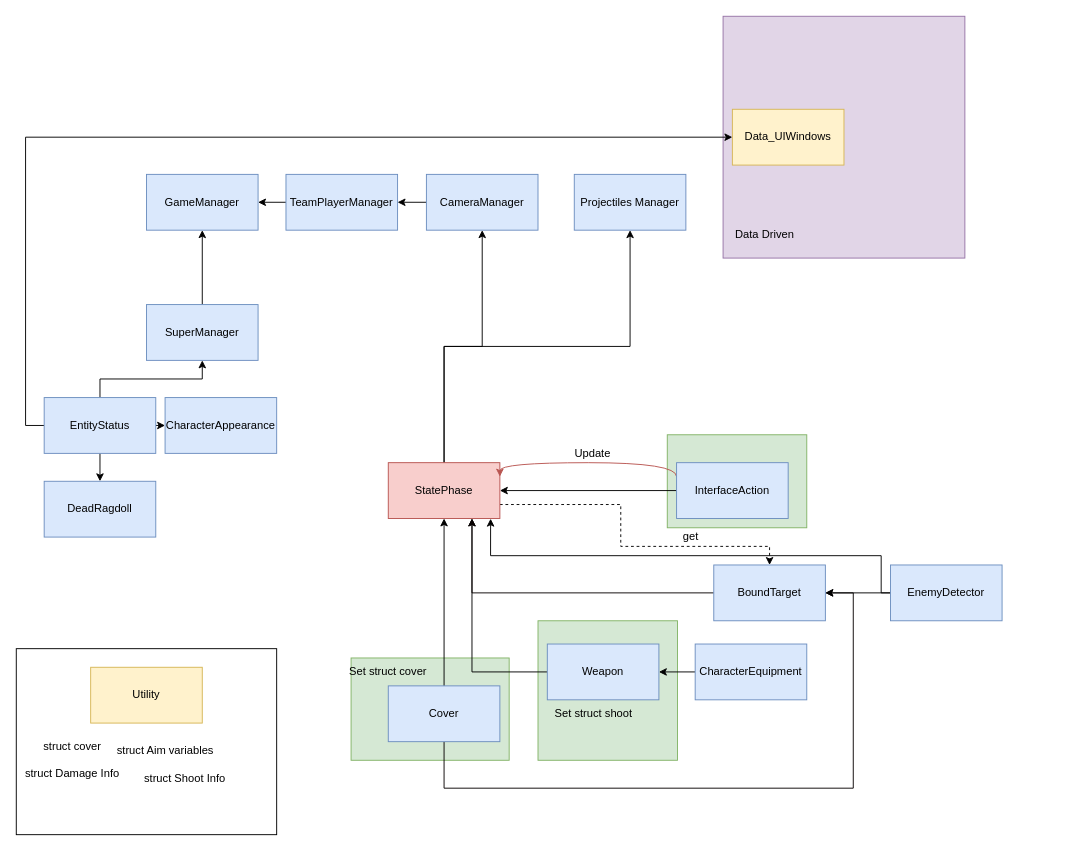
This is Draw io/Cover and Fire programing scheme.drawio from ludoxe/Cover-and-Fire, a draw.io file, before an edit. Source tidied: cells renumbered, new cells numbered last; positions are measured from the earlier drawing's top-left corner, leaving out a move shared by most shapes. Both pictures are drawn from the tidied source at 93%, with x=0, y=0 at pixel (16, 16).
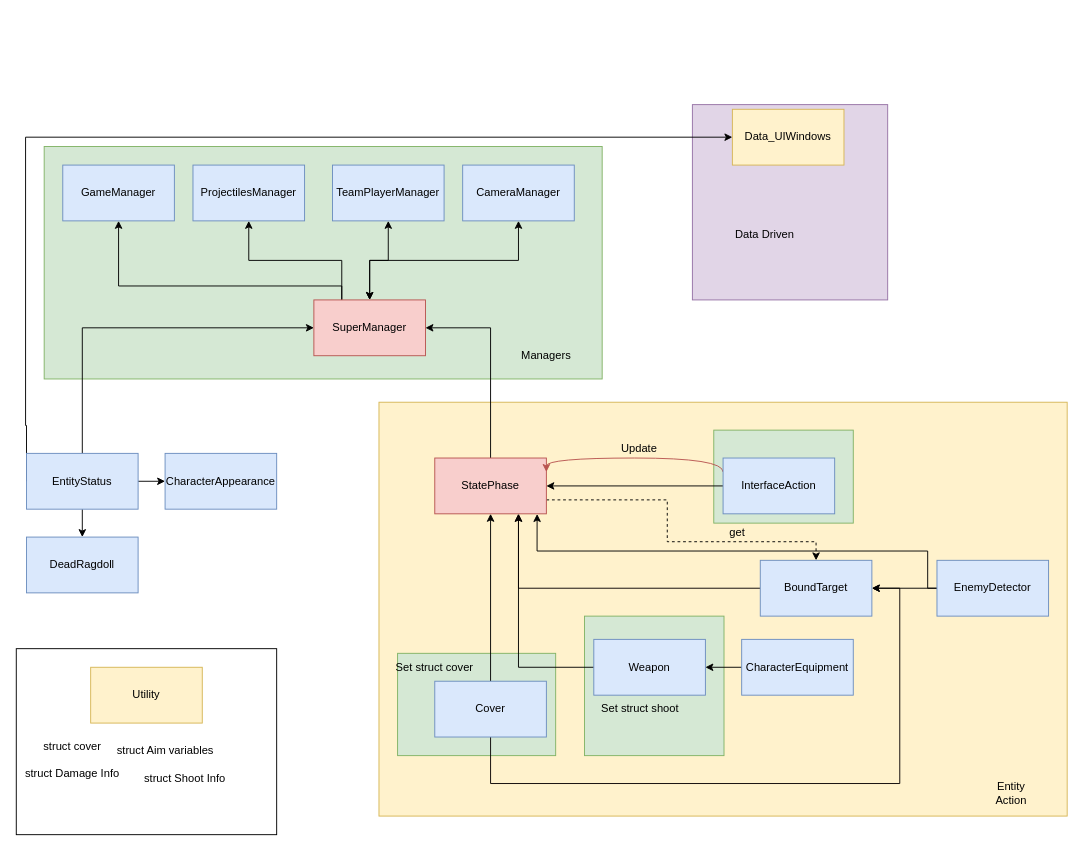
Above is the later version.

Commit message:
MAJ Draw.io : pour le supermanager et ses managers

Unchanged cells that the change refers to:
```xml
<mxCell id="49" value="Data_UIWindows" style="rounded=0;whiteSpace=wrap;html=1;fillColor=#fff2cc;strokeColor=#d6b656;" parent="1" vertex="1">
  <mxGeometry x="770" y="100" width="120" height="60" as="geometry" />
</mxCell>
```

What changed in the source:
```diff
@@
+    <mxCell id="53" style="rounded=0;whiteSpace=wrap;html=1;fillColor=#fff2cc;strokeColor=#d6b656;" parent="1" vertex="1">
+      <mxGeometry x="390" y="415" width="740" height="445" as="geometry" />
+    </mxCell>
+    <mxCell id="54" style="whiteSpace=wrap;html=1;fillColor=#d5e8d4;strokeColor=#82b366;" parent="1" vertex="1">
+      <mxGeometry x="30" y="140" width="600" height="250" as="geometry" />
+    </mxCell>
     <mxCell id="2" style="whiteSpace=wrap;html=1;fillColor=#e1d5e7;strokeColor=#9673a6;" parent="1" vertex="1">
-      <mxGeometry x="760" width="260" height="260" as="geometry" />
+      <mxGeometry x="727" y="95" width="210" height="210" as="geometry" />
     </mxCell>
     <mxCell id="3" style="whiteSpace=wrap;html=1;fillColor=#d5e8d4;strokeColor=#82b366;" parent="1" vertex="1">
-      <mxGeometry x="561" y="650" width="150" height="150" as="geometry" />
+      <mxGeometry x="611" y="645" width="150" height="150" as="geometry" />
     </mxCell>
     <mxCell id="4" style="rounded=0;whiteSpace=wrap;html=1;fillColor=#d5e8d4;strokeColor=#82b366;" parent="1" vertex="1">
-      <mxGeometry x="700" y="450" width="150" height="100" as="geometry" />
+      <mxGeometry x="750" y="445" width="150" height="100" as="geometry" />
     </mxCell>
     <mxCell id="5" style="rounded=0;whiteSpace=wrap;html=1;fillColor=#d5e8d4;strokeColor=#82b366;" parent="1" vertex="1">
-      <mxGeometry x="360" y="690" width="170" height="110" as="geometry" />
+      <mxGeometry x="410" y="685" width="170" height="110" as="geometry" />
     </mxCell>
     <mxCell id="6" style="edgeStyle=orthogonalEdgeStyle;rounded=0;jettySize=auto;html=1;exitX=1;exitY=0.75;exitDx=0;exitDy=0;dashed=1;" parent="1" edge="1" source="9" target="28">
       <mxGeometry relative="1" as="geometry">
         <Array as="points">
-          <mxPoint x="650" y="525" />
-          <mxPoint x="650" y="570" />
-          <mxPoint x="810" y="570" />
+          <mxPoint x="700" y="520" />
+          <mxPoint x="700" y="565" />
+          <mxPoint x="860" y="565" />
         </Array>
       </mxGeometry>
     </mxCell>
-    <mxCell id="7" style="edgeStyle=orthogonalEdgeStyle;rounded=0;jettySize=auto;html=1;exitX=0.5;exitY=0;exitDx=0;exitDy=0;entryX=0.5;entryY=1;entryDx=0;entryDy=0;" parent="1" edge="1" source="9" target="47">
-      <mxGeometry relative="1" as="geometry" />
-    </mxCell>
-    <mxCell id="8" style="edgeStyle=orthogonalEdgeStyle;rounded=0;jettySize=auto;html=1;exitX=0.5;exitY=0;exitDx=0;exitDy=0;" parent="1" edge="1" source="9" target="46">
-      <mxGeometry relative="1" as="geometry" />
-    </mxCell>
+    <mxCell id="55" style="edgeStyle=orthogonalEdgeStyle;rounded=0;jettySize=auto;html=1;exitX=0.5;exitY=0;exitDx=0;exitDy=0;entryX=1;entryY=0.5;entryDx=0;entryDy=0;" parent="1" edge="1" source="9" target="52">
+      <mxGeometry relative="1" as="geometry" />
+    </mxCell>
     <mxCell id="9" value="StatePhase" style="rounded=0;whiteSpace=wrap;html=1;fillColor=#f8cecc;strokeColor=#b85450;" parent="1" vertex="1">
-      <mxGeometry x="400" y="480" width="120" height="60" as="geometry" />
+      <mxGeometry x="450" y="475" width="120" height="60" as="geometry" />
     </mxCell>
@@
     <mxCell id="11" style="edgeStyle=orthogonalEdgeStyle;rounded=0;jettySize=auto;html=1;exitX=0.5;exitY=1;exitDx=0;exitDy=0;entryX=1;entryY=0.5;entryDx=0;entryDy=0;strokeColor=#080303;" parent="1" edge="1" source="12" target="28">
       <mxGeometry relative="1" as="geometry">
         <Array as="points">
-          <mxPoint x="460" y="830" />
-          <mxPoint x="900" y="830" />
-          <mxPoint x="900" y="620" />
+          <mxPoint x="510" y="825" />
+          <mxPoint x="950" y="825" />
+          <mxPoint x="950" y="615" />
         </Array>
       </mxGeometry>
     </mxCell>
     <mxCell id="12" value="Cover" style="rounded=0;whiteSpace=wrap;html=1;fillColor=#dae8fc;strokeColor=#6c8ebf;" parent="1" vertex="1">
-      <mxGeometry x="400" y="720" width="120" height="60" as="geometry" />
+      <mxGeometry x="450" y="715" width="120" height="60" as="geometry" />
     </mxCell>
@@
     <mxCell id="14" style="edgeStyle=orthogonalEdgeStyle;jettySize=auto;html=1;exitX=0;exitY=0.25;exitDx=0;exitDy=0;entryX=1;entryY=0.25;entryDx=0;entryDy=0;strokeColor=#b85450;curved=1;fillColor=#f8cecc;" parent="1" edge="1" source="15" target="9">
       <mxGeometry relative="1" as="geometry">
         <Array as="points">
-          <mxPoint x="710" y="480" />
-          <mxPoint x="520" y="480" />
+          <mxPoint x="760" y="475" />
+          <mxPoint x="570" y="475" />
         </Array>
       </mxGeometry>
     </mxCell>
     <mxCell id="15" value="InterfaceAction" style="rounded=0;whiteSpace=wrap;html=1;fillColor=#dae8fc;strokeColor=#6c8ebf;" parent="1" vertex="1">
-      <mxGeometry x="710" y="480" width="120" height="60" as="geometry" />
+      <mxGeometry x="760" y="475" width="120" height="60" as="geometry" />
     </mxCell>
     <mxCell id="16" value="Update" style="text;html=1;strokeColor=none;fillColor=none;align=center;verticalAlign=middle;whiteSpace=wrap;rounded=0;" parent="1" vertex="1">
-      <mxGeometry x="600" y="460" width="40" height="20" as="geometry" />
+      <mxGeometry x="650" y="455" width="40" height="20" as="geometry" />
     </mxCell>
     <mxCell id="17" value="Set struct cover" style="text;html=1;strokeColor=none;fillColor=none;align=center;verticalAlign=middle;whiteSpace=wrap;rounded=0;" parent="1" vertex="1">
-      <mxGeometry x="350" y="695" width="100" height="20" as="geometry" />
+      <mxGeometry x="400" y="690" width="100" height="20" as="geometry" />
     </mxCell>
@@
     <mxCell id="20" value="CharacterEquipment" style="whiteSpace=wrap;html=1;fillColor=#dae8fc;strokeColor=#6c8ebf;" parent="1" vertex="1">
-      <mxGeometry x="730" y="675" width="120" height="60" as="geometry" />
+      <mxGeometry x="780" y="670" width="120" height="60" as="geometry" />
     </mxCell>
     <mxCell id="21" value="Weapon" style="rounded=0;whiteSpace=wrap;html=1;fillColor=#dae8fc;strokeColor=#6c8ebf;" parent="1" vertex="1">
-      <mxGeometry x="571" y="675" width="120" height="60" as="geometry" />
+      <mxGeometry x="621" y="670" width="120" height="60" as="geometry" />
     </mxCell>
     <mxCell id="22" value="Set struct shoot" style="text;html=1;strokeColor=none;fillColor=none;align=center;verticalAlign=middle;whiteSpace=wrap;rounded=0;" parent="1" vertex="1">
-      <mxGeometry x="571" y="740" width="100" height="20" as="geometry" />
+      <mxGeometry x="621" y="735" width="100" height="20" as="geometry" />
     </mxCell>
@@
     <mxCell id="24" style="edgeStyle=orthogonalEdgeStyle;rounded=0;jettySize=auto;html=1;exitX=0;exitY=0.5;exitDx=0;exitDy=0;entryX=0.917;entryY=1.004;entryDx=0;entryDy=0;entryPerimeter=0;" parent="1" edge="1" source="25" target="9">
       <mxGeometry relative="1" as="geometry">
         <Array as="points">
-          <mxPoint x="930" y="620" />
-          <mxPoint x="930" y="580" />
-          <mxPoint x="510" y="580" />
+          <mxPoint x="980" y="615" />
+          <mxPoint x="980" y="575" />
+          <mxPoint x="560" y="575" />
         </Array>
       </mxGeometry>
     </mxCell>
     <mxCell id="25" value="EnemyDetector" style="whiteSpace=wrap;html=1;fillColor=#dae8fc;strokeColor=#6c8ebf;" parent="1" vertex="1">
-      <mxGeometry x="940" y="590" width="120" height="60" as="geometry" />
+      <mxGeometry x="990" y="585" width="120" height="60" as="geometry" />
     </mxCell>
@@
     <mxCell id="27" style="edgeStyle=orthogonalEdgeStyle;rounded=0;jettySize=auto;html=1;exitX=0;exitY=0.5;exitDx=0;exitDy=0;fillColor=#f8cecc;entryX=0.75;entryY=1;entryDx=0;entryDy=0;strokeColor=#080303;" parent="1" edge="1" source="28" target="9">
       <mxGeometry relative="1" as="geometry">
         <Array as="points">
-          <mxPoint x="490" y="620" />
+          <mxPoint x="540" y="615" />
         </Array>
       </mxGeometry>
     </mxCell>
     <mxCell id="28" value="BoundTarget" style="whiteSpace=wrap;html=1;fillColor=#dae8fc;strokeColor=#6c8ebf;" parent="1" vertex="1">
-      <mxGeometry x="750" y="590" width="120" height="60" as="geometry" />
+      <mxGeometry x="800" y="585" width="120" height="60" as="geometry" />
     </mxCell>
     <mxCell id="29" value="get" style="text;html=1;align=center;verticalAlign=middle;" parent="1" vertex="1">
-      <mxGeometry x="710" y="550" width="30" height="20" as="geometry" />
+      <mxGeometry x="760" y="545" width="30" height="20" as="geometry" />
     </mxCell>
@@
     <mxCell id="31" style="edgeStyle=orthogonalEdgeStyle;rounded=0;jettySize=auto;html=1;exitX=0;exitY=0.5;exitDx=0;exitDy=0;entryX=0;entryY=0.5;entryDx=0;entryDy=0;" parent="1" edge="1" source="34" target="49">
-      <mxGeometry relative="1" as="geometry" />
+      <mxGeometry relative="1" as="geometry">
+        <Array as="points">
+          <mxPoint x="10" y="440" />
+          <mxPoint x="10" y="130" />
+        </Array>
+      </mxGeometry>
     </mxCell>
@@
-    <mxCell id="33" style="edgeStyle=orthogonalEdgeStyle;rounded=0;jettySize=auto;html=1;exitX=0.5;exitY=0;exitDx=0;exitDy=0;entryX=0.5;entryY=1;entryDx=0;entryDy=0;" parent="1" edge="1" source="34" target="52">
+    <mxCell id="33" style="edgeStyle=orthogonalEdgeStyle;rounded=0;jettySize=auto;html=1;exitX=0.5;exitY=0;exitDx=0;exitDy=0;entryX=0;entryY=0.5;entryDx=0;entryDy=0;startArrow=none;startFill=0;" parent="1" edge="1" source="34" target="52">
       <mxGeometry relative="1" as="geometry" />
     </mxCell>
     <mxCell id="34" value="EntityStatus" style="rounded=0;whiteSpace=wrap;html=1;fillColor=#dae8fc;strokeColor=#6c8ebf;" parent="1" vertex="1">
-      <mxGeometry x="30" y="410" width="120" height="60" as="geometry" />
+      <mxGeometry x="11" y="470" width="120" height="60" as="geometry" />
     </mxCell>
@@
     <mxCell id="41" value="GameManager" style="whiteSpace=wrap;html=1;fillColor=#dae8fc;strokeColor=#6c8ebf;" parent="1" vertex="1">
-      <mxGeometry x="140" y="170" width="120" height="60" as="geometry" />
+      <mxGeometry x="50" y="160" width="120" height="60" as="geometry" />
     </mxCell>
     <mxCell id="42" value="CharacterAppearance" style="whiteSpace=wrap;html=1;fillColor=#dae8fc;strokeColor=#6c8ebf;" parent="1" vertex="1">
-      <mxGeometry x="160" y="410" width="120" height="60" as="geometry" />
+      <mxGeometry x="160" y="470" width="120" height="60" as="geometry" />
     </mxCell>
-    <mxCell id="43" style="edgeStyle=orthogonalEdgeStyle;rounded=0;jettySize=auto;html=1;exitX=0;exitY=0.5;exitDx=0;exitDy=0;entryX=1;entryY=0.5;entryDx=0;entryDy=0;" parent="1" edge="1" source="44" target="41">
-      <mxGeometry relative="1" as="geometry" />
-    </mxCell>
     <mxCell id="44" value="TeamPlayerManager" style="whiteSpace=wrap;html=1;fillColor=#dae8fc;strokeColor=#6c8ebf;" parent="1" vertex="1">
-      <mxGeometry x="290" y="170" width="120" height="60" as="geometry" />
+      <mxGeometry x="340" y="160" width="120" height="60" as="geometry" />
     </mxCell>
-    <mxCell id="45" style="edgeStyle=orthogonalEdgeStyle;rounded=0;jettySize=auto;html=1;exitX=0;exitY=0.5;exitDx=0;exitDy=0;entryX=1;entryY=0.5;entryDx=0;entryDy=0;" parent="1" edge="1" source="46" target="44">
-      <mxGeometry relative="1" as="geometry" />
-    </mxCell>
     <mxCell id="46" value="CameraManager" style="whiteSpace=wrap;html=1;fillColor=#dae8fc;strokeColor=#6c8ebf;" parent="1" vertex="1">
-      <mxGeometry x="441" y="170" width="120" height="60" as="geometry" />
+      <mxGeometry x="480" y="160" width="120" height="60" as="geometry" />
     </mxCell>
-    <mxCell id="47" value="Projectiles Manager" style="whiteSpace=wrap;html=1;fillColor=#dae8fc;strokeColor=#6c8ebf;" parent="1" vertex="1">
-      <mxGeometry x="600" y="170" width="120" height="60" as="geometry" />
+    <mxCell id="47" value="ProjectilesManager" style="whiteSpace=wrap;html=1;fillColor=#dae8fc;strokeColor=#6c8ebf;" parent="1" vertex="1">
+      <mxGeometry x="190" y="160" width="120" height="60" as="geometry" />
     </mxCell>
@@
     <mxCell id="50" value="DeadRagdoll" style="whiteSpace=wrap;html=1;fillColor=#dae8fc;strokeColor=#6c8ebf;" parent="1" vertex="1">
-      <mxGeometry x="30" y="500" width="120" height="60" as="geometry" />
+      <mxGeometry x="11" y="560" width="120" height="60" as="geometry" />
     </mxCell>
+    <mxCell id="56" style="edgeStyle=orthogonalEdgeStyle;rounded=0;jettySize=auto;html=1;exitX=0.5;exitY=0;exitDx=0;exitDy=0;entryX=0.5;entryY=1;entryDx=0;entryDy=0;startArrow=classic;startFill=1;" parent="1" edge="1" source="52" target="44">
+      <mxGeometry relative="1" as="geometry" />
+    </mxCell>
+    <mxCell id="57" style="edgeStyle=orthogonalEdgeStyle;rounded=0;jettySize=auto;html=1;exitX=0.5;exitY=0;exitDx=0;exitDy=0;entryX=0.5;entryY=1;entryDx=0;entryDy=0;startArrow=classic;startFill=1;" parent="1" edge="1" source="52" target="46">
+      <mxGeometry relative="1" as="geometry" />
+    </mxCell>
-    <mxCell id="51" style="edgeStyle=orthogonalEdgeStyle;rounded=0;jettySize=auto;html=1;exitX=0.5;exitY=0;exitDx=0;exitDy=0;entryX=0.5;entryY=1;entryDx=0;entryDy=0;" parent="1" edge="1" source="52" target="41">
-      <mxGeometry relative="1" as="geometry" />
+    <mxCell id="51" style="edgeStyle=orthogonalEdgeStyle;rounded=0;jettySize=auto;html=1;exitX=0.25;exitY=0;exitDx=0;exitDy=0;entryX=0.5;entryY=1;entryDx=0;entryDy=0;startArrow=none;startFill=0;" parent="1" edge="1" source="52" target="41">
+      <mxGeometry relative="1" as="geometry">
+        <Array as="points">
+          <mxPoint x="350" y="290" />
+          <mxPoint x="110" y="290" />
+        </Array>
+      </mxGeometry>
     </mxCell>
+    <mxCell id="58" style="edgeStyle=orthogonalEdgeStyle;rounded=0;jettySize=auto;html=1;exitX=0.25;exitY=0;exitDx=0;exitDy=0;entryX=0.5;entryY=1;entryDx=0;entryDy=0;startArrow=none;startFill=0;" parent="1" edge="1" source="52" target="47">
+      <mxGeometry relative="1" as="geometry" />
+    </mxCell>
-    <mxCell id="52" value="SuperManager" style="rounded=0;whiteSpace=wrap;html=1;fillColor=#dae8fc;strokeColor=#6c8ebf;" parent="1" vertex="1">
-      <mxGeometry x="140" y="310" width="120" height="60" as="geometry" />
+    <mxCell id="52" value="SuperManager" style="rounded=0;whiteSpace=wrap;html=1;fillColor=#f8cecc;strokeColor=#b85450;" parent="1" vertex="1">
+      <mxGeometry x="320" y="305" width="120" height="60" as="geometry" />
     </mxCell>
+    <mxCell id="59" value="Managers" style="text;html=1;strokeColor=none;fillColor=none;align=center;verticalAlign=middle;whiteSpace=wrap;rounded=0;" parent="1" vertex="1">
+      <mxGeometry x="540" y="350" width="60" height="30" as="geometry" />
+    </mxCell>
+    <mxCell id="60" value="Entity Action" style="text;html=1;strokeColor=none;fillColor=none;align=center;verticalAlign=middle;whiteSpace=wrap;rounded=0;" parent="1" vertex="1">
+      <mxGeometry x="1040" y="820" width="60" height="30" as="geometry" />
+    </mxCell>
```
